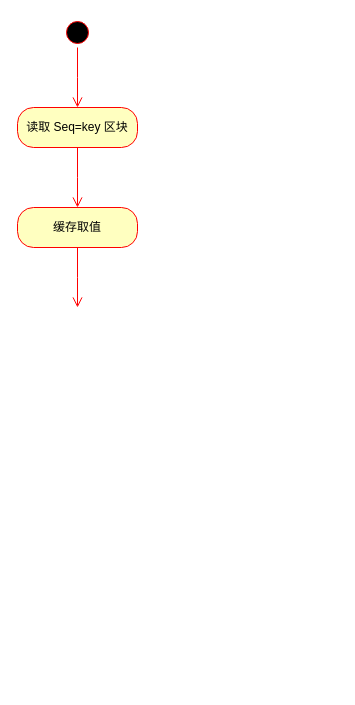
The draw.io diagram page "读取流程" (2 of 3) of Filelog.drawio in sun-iot/draw.io, before the edit. Source tidied: cells renumbered, new cells numbered last; positions are measured from the earlier drawing's top-left corner, leaving out a move shared by most shapes. Both pictures are drawn from the tidied source at 100%, with x=0, y=0 at pixel (17, 17).
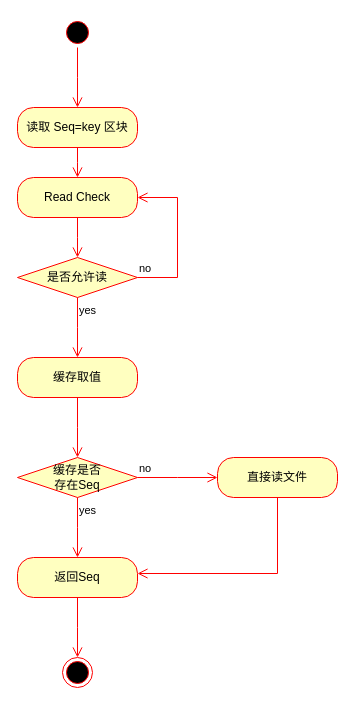
Above is the later version.

Unchanged cells that the change refers to:
```xml
<mxCell id="4" value="读取 Seq=key 区块" style="rounded=1;whiteSpace=wrap;html=1;arcSize=40;fontColor=#000000;fillColor=#ffffc0;strokeColor=#ff0000;" parent="1" vertex="1">
  <mxGeometry y="90" width="120" height="40" as="geometry" />
</mxCell>
```

The edit, as a diff of the source:
```diff
@@
     <mxCell id="5" style="edgeStyle=orthogonalEdgeStyle;html=1;verticalAlign=bottom;endArrow=open;endSize=8;strokeColor=#ff0000;rounded=0;" parent="1" edge="1" source="4">
       <mxGeometry relative="1" as="geometry">
-        <mxPoint x="60" y="190" as="targetPoint" />
+        <mxPoint x="60" y="160" as="targetPoint" />
       </mxGeometry>
     </mxCell>
     <mxCell id="6" value="缓存取值" style="rounded=1;whiteSpace=wrap;html=1;arcSize=40;fontColor=#000000;fillColor=#ffffc0;strokeColor=#ff0000;" parent="1" vertex="1">
-      <mxGeometry y="190" width="120" height="40" as="geometry" />
+      <mxGeometry y="340" width="120" height="40" as="geometry" />
     </mxCell>
     <mxCell id="7" style="edgeStyle=orthogonalEdgeStyle;html=1;verticalAlign=bottom;endArrow=open;endSize=8;strokeColor=#ff0000;rounded=0;" parent="1" edge="1" source="6">
       <mxGeometry relative="1" as="geometry">
-        <mxPoint x="60" y="290" as="targetPoint" />
+        <mxPoint x="60" y="440" as="targetPoint" />
       </mxGeometry>
     </mxCell>
+    <mxCell id="8" value="缓存是否&lt;br&gt;存在Seq" style="rhombus;whiteSpace=wrap;html=1;fontColor=#000000;fillColor=#ffffc0;strokeColor=#ff0000;" parent="1" vertex="1">
+      <mxGeometry y="440" width="120" height="40" as="geometry" />
+    </mxCell>
+    <mxCell id="9" value="no" style="edgeStyle=orthogonalEdgeStyle;html=1;align=left;verticalAlign=bottom;endArrow=open;endSize=8;strokeColor=#ff0000;rounded=0;" parent="1" edge="1" source="8">
+      <mxGeometry x="-1" relative="1" as="geometry">
+        <mxPoint x="200" y="460" as="targetPoint" />
+      </mxGeometry>
+    </mxCell>
+    <mxCell id="10" value="yes" style="edgeStyle=orthogonalEdgeStyle;html=1;align=left;verticalAlign=top;endArrow=open;endSize=8;strokeColor=#ff0000;rounded=0;" parent="1" edge="1" source="8">
+      <mxGeometry x="-1" relative="1" as="geometry">
+        <mxPoint x="60" y="540" as="targetPoint" />
+      </mxGeometry>
+    </mxCell>
+    <mxCell id="11" value="返回Seq" style="rounded=1;whiteSpace=wrap;html=1;arcSize=40;fontColor=#000000;fillColor=#ffffc0;strokeColor=#ff0000;" parent="1" vertex="1">
+      <mxGeometry y="540" width="120" height="40" as="geometry" />
+    </mxCell>
+    <mxCell id="12" style="edgeStyle=orthogonalEdgeStyle;html=1;verticalAlign=bottom;endArrow=open;endSize=8;strokeColor=#ff0000;rounded=0;" parent="1" edge="1" source="11">
+      <mxGeometry relative="1" as="geometry">
+        <mxPoint x="60" y="640" as="targetPoint" />
+      </mxGeometry>
+    </mxCell>
+    <mxCell id="13" style="ellipse;html=1;shape=endState;fillColor=#000000;strokeColor=#ff0000;" parent="1" vertex="1">
+      <mxGeometry x="45" y="640" width="30" height="30" as="geometry" />
+    </mxCell>
+    <mxCell id="14" value="Read Check" style="rounded=1;whiteSpace=wrap;html=1;arcSize=40;fontColor=#000000;fillColor=#ffffc0;strokeColor=#ff0000;" parent="1" vertex="1">
+      <mxGeometry y="160" width="120" height="40" as="geometry" />
+    </mxCell>
+    <mxCell id="15" style="edgeStyle=orthogonalEdgeStyle;html=1;verticalAlign=bottom;endArrow=open;endSize=8;strokeColor=#ff0000;rounded=0;" parent="1" edge="1" source="14">
+      <mxGeometry relative="1" as="geometry">
+        <mxPoint x="60" y="240" as="targetPoint" />
+      </mxGeometry>
+    </mxCell>
+    <mxCell id="16" value="是否允许读" style="rhombus;whiteSpace=wrap;html=1;fontColor=#000000;fillColor=#ffffc0;strokeColor=#ff0000;" parent="1" vertex="1">
+      <mxGeometry y="240" width="120" height="40" as="geometry" />
+    </mxCell>
+    <mxCell id="17" value="no" style="edgeStyle=orthogonalEdgeStyle;html=1;align=left;verticalAlign=bottom;endArrow=open;endSize=8;strokeColor=#ff0000;rounded=0;entryX=1;entryY=0.5;entryDx=0;entryDy=0;" parent="1" edge="1" source="16" target="14">
+      <mxGeometry x="-1" relative="1" as="geometry">
+        <Array as="points">
+          <mxPoint x="160" y="260" />
+          <mxPoint x="160" y="180" />
+        </Array>
+      </mxGeometry>
+    </mxCell>
+    <mxCell id="18" value="yes" style="edgeStyle=orthogonalEdgeStyle;html=1;align=left;verticalAlign=top;endArrow=open;endSize=8;strokeColor=#ff0000;rounded=0;" parent="1" edge="1" source="16">
+      <mxGeometry x="-1" relative="1" as="geometry">
+        <mxPoint x="60" y="340" as="targetPoint" />
+      </mxGeometry>
+    </mxCell>
+    <mxCell id="19" value="直接读文件" style="rounded=1;whiteSpace=wrap;html=1;arcSize=40;fontColor=#000000;fillColor=#ffffc0;strokeColor=#ff0000;" parent="1" vertex="1">
+      <mxGeometry x="200" y="440" width="120" height="40" as="geometry" />
+    </mxCell>
+    <mxCell id="20" style="edgeStyle=orthogonalEdgeStyle;html=1;verticalAlign=bottom;endArrow=open;endSize=8;strokeColor=#ff0000;rounded=0;entryX=1;entryY=0.4;entryDx=0;entryDy=0;entryPerimeter=0;" parent="1" edge="1" source="19" target="11">
+      <mxGeometry relative="1" as="geometry">
+        <Array as="points">
+          <mxPoint x="260" y="556" />
+        </Array>
+      </mxGeometry>
+    </mxCell>
```
